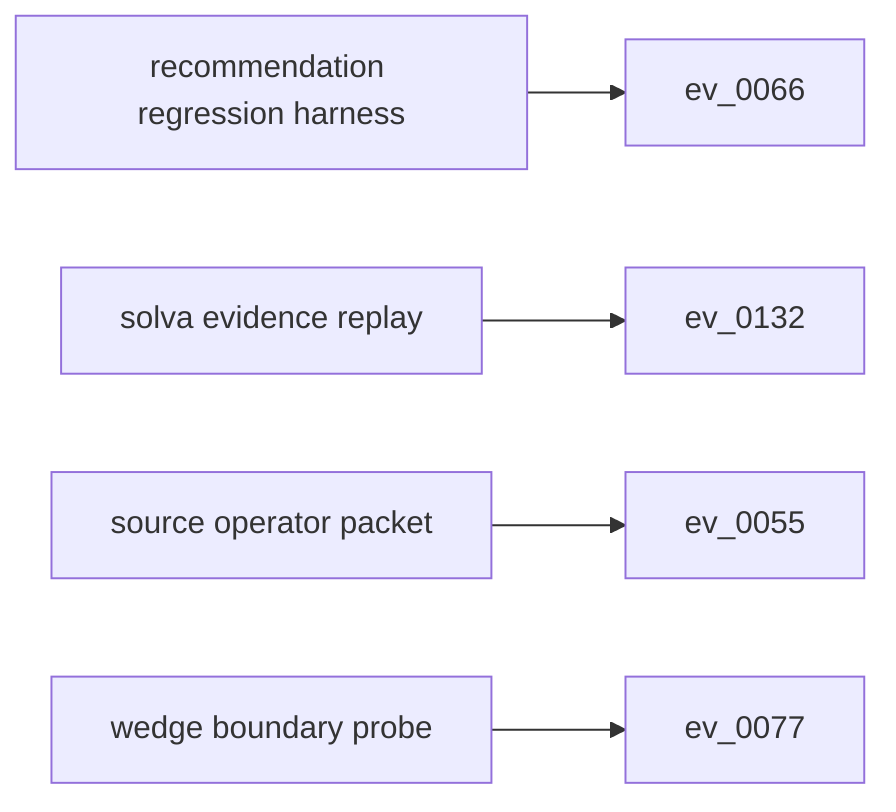
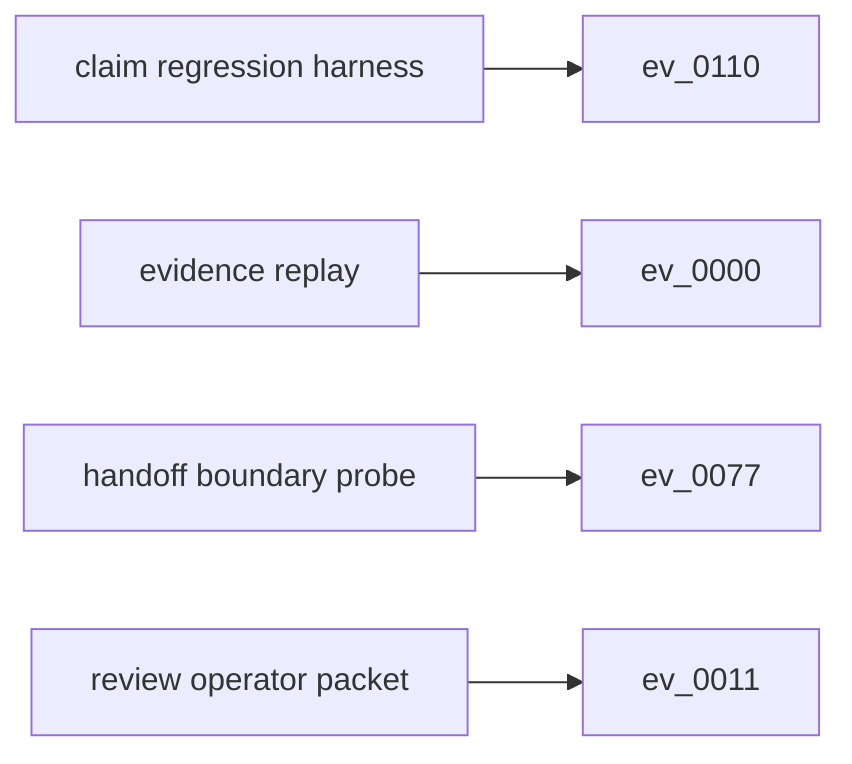
flowchart LR
-   s0["recommendation regression harness"]
-   e0["ev_0066"]
+   s0["claim regression harness"]
+   e0["ev_0110"]
  s0 --> e0
-   s1["solva evidence replay"]
-   e1["ev_0132"]
+   s1["evidence replay"]
+   e1["ev_0000"]
  s1 --> e1
-   s2["source operator packet"]
-   e2["ev_0055"]
+   s2["handoff boundary probe"]
+   e2["ev_0077"]
  s2 --> e2
-   s3["wedge boundary probe"]
-   e3["ev_0077"]
+   s3["review operator packet"]
+   e3["ev_0011"]
  s3 --> e3
